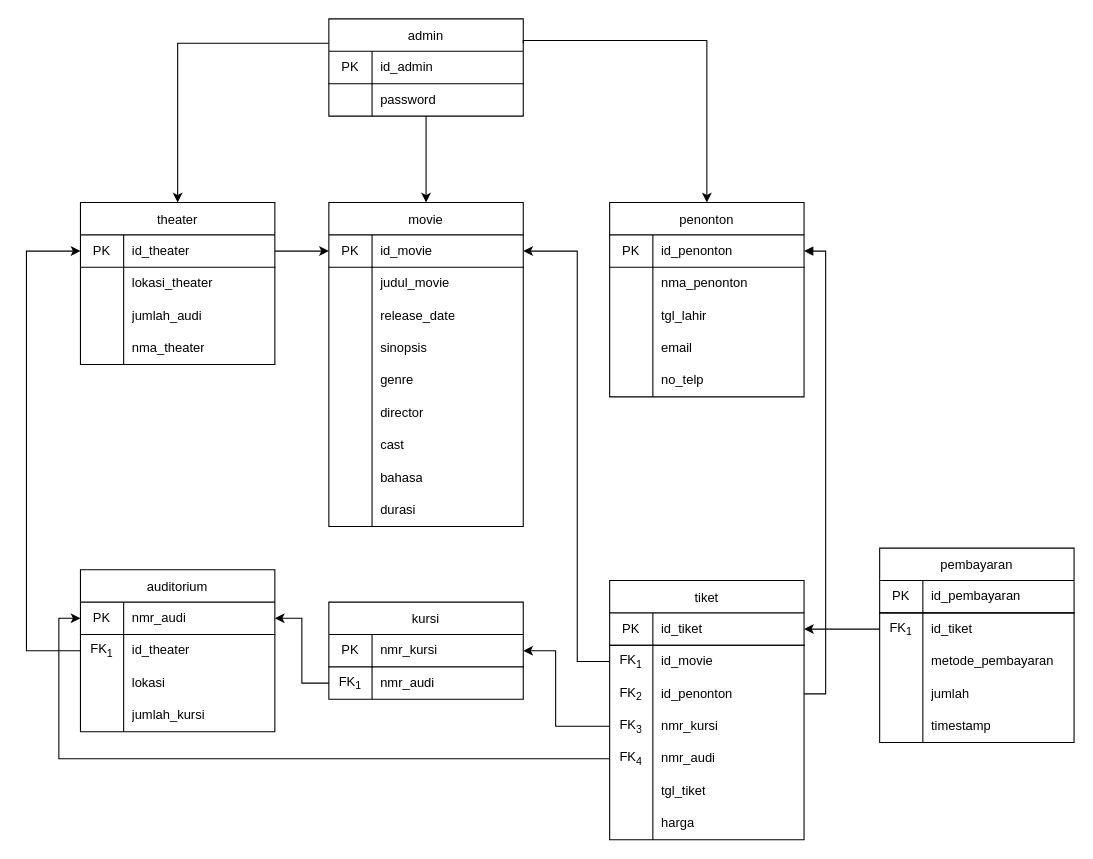
The draw.io diagram movie_cdm.drawio in vinnnna/sistem-basis-data, before the edit. Source tidied: cells renumbered, new cells numbered last; positions are measured from the earlier drawing's top-left corner, leaving out a move shared by most shapes. Both pictures are drawn from the tidied source at 108%, with x=0, y=0 at pixel (26, 18).
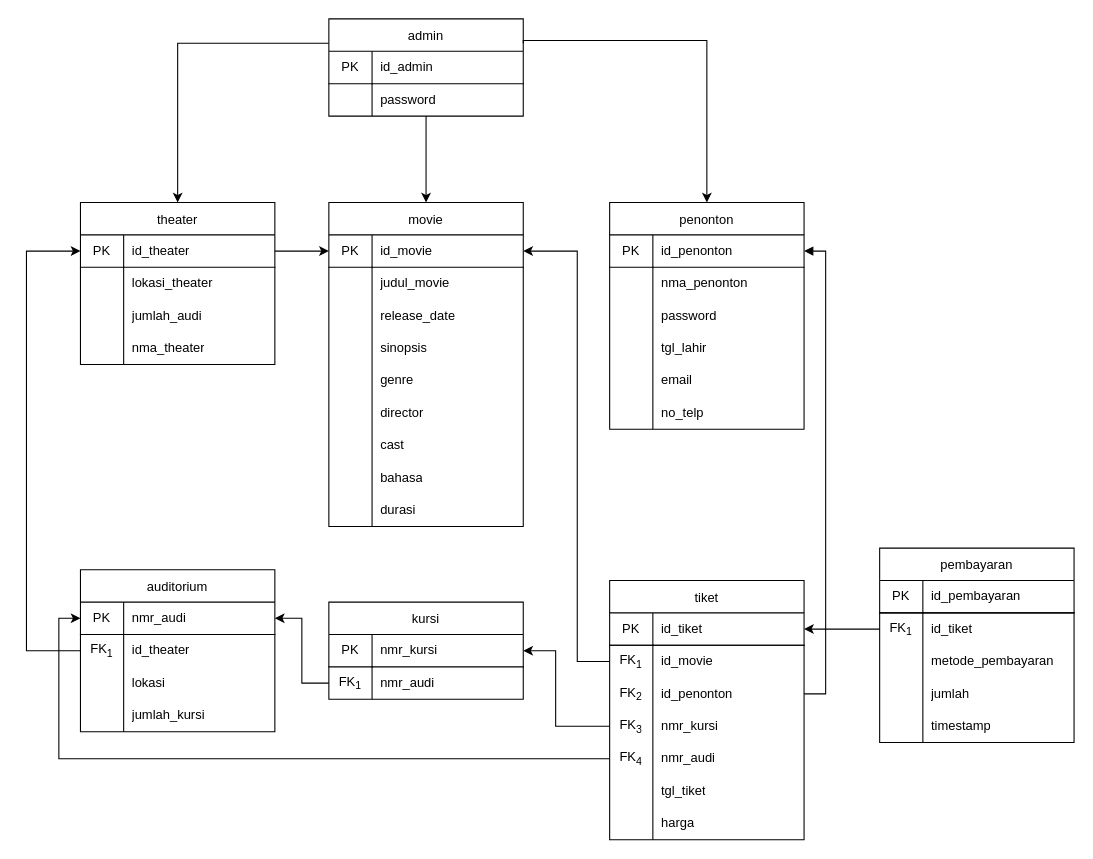
The same diagram, later.

Change to the diagram source:
```diff
@@
     <mxCell id="81" value="penonton" style="shape=table;startSize=30;childLayout=tableLayout;rowLines=0;fontStyle=0;strokeColor=default;fontSize=12;" parent="1" vertex="1">
-      <mxGeometry x="540" y="170" width="180" height="180" as="geometry" />
+      <mxGeometry x="540" y="170" width="180" height="210" as="geometry" />
     </mxCell>
@@
+    <mxCell id="135" style="shape=tableRow;horizontal=0;startSize=0;swimlaneHead=0;swimlaneBody=0;top=0;left=0;bottom=0;right=0;fillColor=none;strokeColor=inherit;fontSize=12;" parent="81" vertex="1">
+      <mxGeometry y="90" width="180" height="30" as="geometry" />
+    </mxCell>
+    <mxCell id="136" style="shape=partialRectangle;html=1;whiteSpace=wrap;fillColor=none;top=0;left=0;bottom=0;right=0;overflow=hidden;strokeColor=inherit;fontSize=12;" parent="135" vertex="1">
+      <mxGeometry width="40" height="30" as="geometry" />
+    </mxCell>
+    <mxCell id="137" value="password" style="shape=partialRectangle;html=1;whiteSpace=wrap;fillColor=none;top=0;left=0;bottom=0;right=0;align=left;spacingLeft=6;overflow=hidden;strokeColor=inherit;fontSize=12;" parent="135" vertex="1">
+      <mxGeometry x="40" width="140" height="30" as="geometry" />
+    </mxCell>
     <mxCell id="88" style="shape=tableRow;horizontal=0;startSize=0;swimlaneHead=0;swimlaneBody=0;top=0;left=0;bottom=0;right=0;fillColor=none;strokeColor=inherit;fontSize=12;" parent="81" vertex="1">
-      <mxGeometry y="90" width="180" height="30" as="geometry" />
+      <mxGeometry y="120" width="180" height="30" as="geometry" />
     </mxCell>
@@
     <mxCell id="91" style="shape=tableRow;horizontal=0;startSize=0;swimlaneHead=0;swimlaneBody=0;top=0;left=0;bottom=0;right=0;fillColor=none;strokeColor=inherit;fontSize=12;" parent="81" vertex="1">
-      <mxGeometry y="120" width="180" height="30" as="geometry" />
+      <mxGeometry y="150" width="180" height="30" as="geometry" />
     </mxCell>
@@
     <mxCell id="94" style="shape=tableRow;horizontal=0;startSize=0;swimlaneHead=0;swimlaneBody=0;top=0;left=0;bottom=0;right=0;fillColor=none;strokeColor=inherit;fontSize=12;" parent="81" vertex="1">
-      <mxGeometry y="150" width="180" height="30" as="geometry" />
+      <mxGeometry y="180" width="180" height="30" as="geometry" />
     </mxCell>
```
